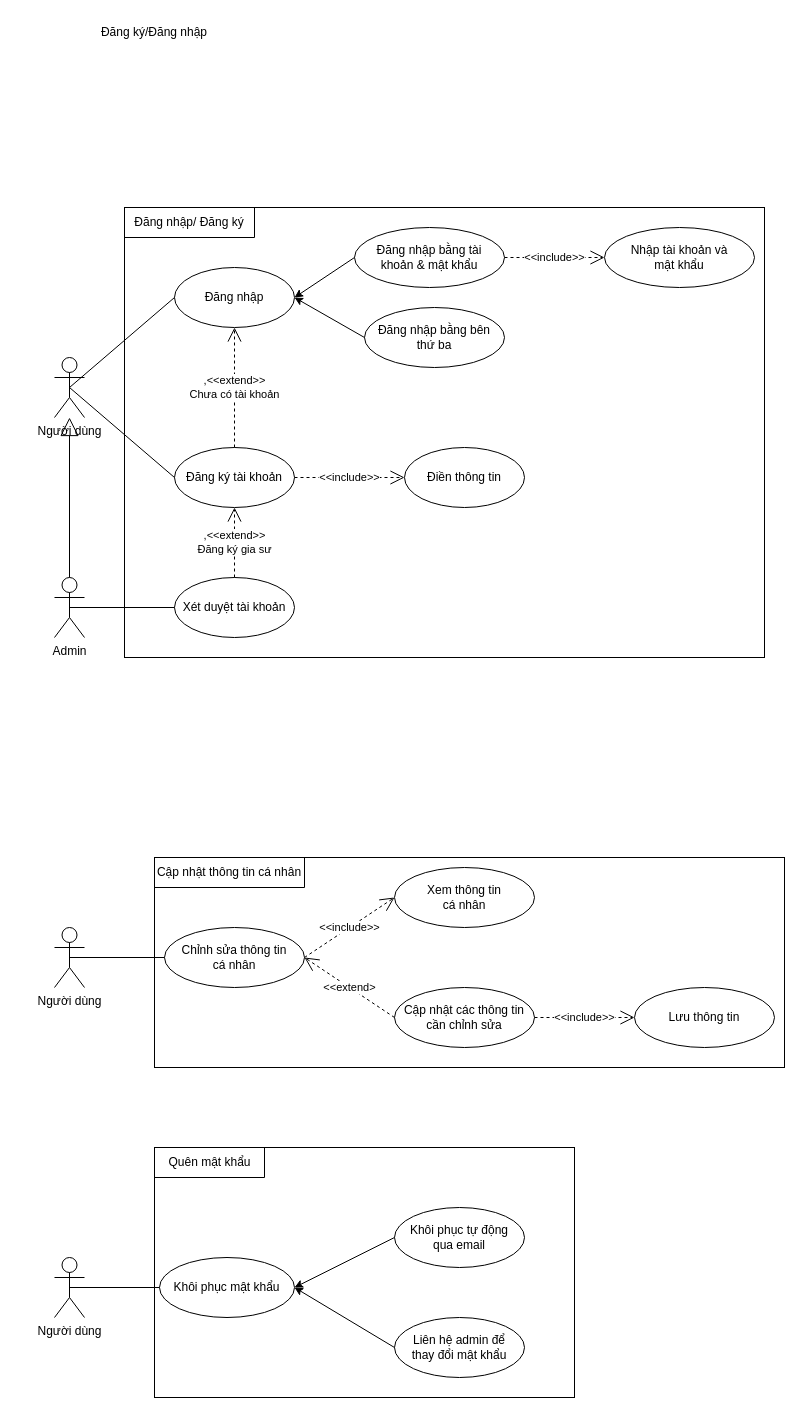
The draw.io diagram User_use_cases.drawio in ayafullcrit/menu, before the edit. Source tidied: cells renumbered, new cells numbered last; positions are measured from the earlier drawing's top-left corner, leaving out a move shared by most shapes. Both pictures are drawn from the tidied source at 100%, with x=0, y=0 at pixel (54, 17).
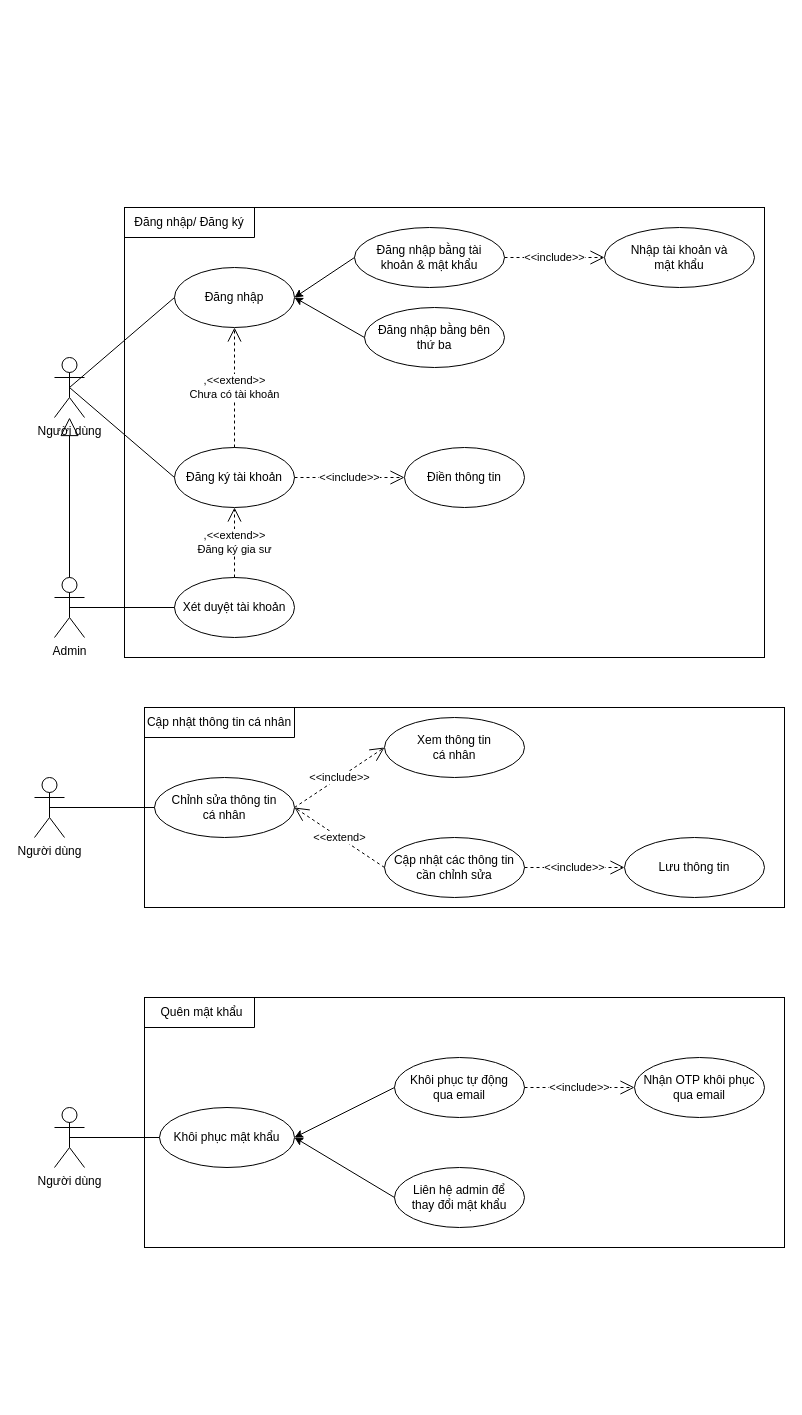
The same page after the edit.

What changed in the source:
```diff
@@
-    <mxCell id="7" value="Đăng ký/Đăng nhập" style="text;html=1;whiteSpace=wrap;strokeColor=none;fillColor=none;align=center;verticalAlign=middle;rounded=0;" parent="1" vertex="1">
-      <mxGeometry x="40" width="120" height="30" as="geometry" />
-    </mxCell>
@@
     <mxCell id="20" value="Người dùng" style="shape=umlActor;verticalLabelPosition=bottom;verticalAlign=top;html=1;outlineConnect=0;" parent="1" vertex="1">
-      <mxGeometry y="910" width="30" height="60" as="geometry" />
+      <mxGeometry x="-20" y="760" width="30" height="60" as="geometry" />
     </mxCell>
     <mxCell id="21" value="Chỉnh sửa thông tin&lt;br&gt;cá nhân" style="ellipse;whiteSpace=wrap;html=1;" parent="1" vertex="1">
-      <mxGeometry x="110" y="910" width="140" height="60" as="geometry" />
+      <mxGeometry x="100" y="760" width="140" height="60" as="geometry" />
     </mxCell>
@@
     <mxCell id="27" value="Xem thông tin &lt;br&gt;cá nhân" style="ellipse;whiteSpace=wrap;html=1;" parent="1" vertex="1">
-      <mxGeometry x="340" y="850" width="140" height="60" as="geometry" />
+      <mxGeometry x="330" y="700" width="140" height="60" as="geometry" />
     </mxCell>
@@
     <mxCell id="29" value="Cập nhật các thông tin&lt;br&gt;cần chỉnh sửa" style="ellipse;whiteSpace=wrap;html=1;" parent="1" vertex="1">
-      <mxGeometry x="340" y="970" width="140" height="60" as="geometry" />
+      <mxGeometry x="330" y="820" width="140" height="60" as="geometry" />
     </mxCell>
     <mxCell id="30" value="Lưu thông tin" style="ellipse;whiteSpace=wrap;html=1;" parent="1" vertex="1">
-      <mxGeometry x="580" y="970" width="140" height="60" as="geometry" />
+      <mxGeometry x="570" y="820" width="140" height="60" as="geometry" />
     </mxCell>
@@
-    <mxCell id="33" value="&amp;lt;&amp;lt;extend&amp;gt;" style="endArrow=open;endSize=12;dashed=1;html=1;rounded=0;exitX=0;exitY=0.5;exitDx=0;exitDy=0;" parent="1" edge="1" source="29">
-      <mxGeometry relative="1" as="geometry">
-        <mxPoint x="250" y="940" as="targetPoint" />
-      </mxGeometry>
+    <mxCell id="33" value="&amp;lt;&amp;lt;extend&amp;gt;" style="endArrow=open;endSize=12;dashed=1;html=1;rounded=0;exitX=0;exitY=0.5;exitDx=0;exitDy=0;entryX=1;entryY=0.5;entryDx=0;entryDy=0;" parent="1" edge="1" source="29" target="21">
+      <mxGeometry relative="1" as="geometry" />
     </mxCell>
     <mxCell id="34" style="rounded=0;whiteSpace=wrap;html=1;fillColor=none;" parent="1" vertex="1">
-      <mxGeometry x="100" y="840" width="630" height="210" as="geometry" />
+      <mxGeometry x="90" y="690" width="640" height="200" as="geometry" />
     </mxCell>
     <mxCell id="35" style="shape=partialRectangle;whiteSpace=wrap;html=1;top=0;left=0;fillColor=none;" parent="1" vertex="1">
-      <mxGeometry x="100" y="840" width="150" height="30" as="geometry" />
+      <mxGeometry x="90" y="690" width="150" height="30" as="geometry" />
     </mxCell>
     <mxCell id="36" value="Cập nhật thông tin cá nhân" style="text;html=1;whiteSpace=wrap;strokeColor=none;fillColor=none;align=center;verticalAlign=middle;rounded=0;" parent="1" vertex="1">
-      <mxGeometry x="95" y="840" width="160" height="30" as="geometry" />
+      <mxGeometry x="85" y="690" width="160" height="30" as="geometry" />
     </mxCell>
     <mxCell id="37" value="Người dùng" style="shape=umlActor;verticalLabelPosition=bottom;verticalAlign=top;html=1;outlineConnect=0;" parent="1" vertex="1">
-      <mxGeometry y="1240" width="30" height="60" as="geometry" />
+      <mxGeometry y="1090" width="30" height="60" as="geometry" />
     </mxCell>
     <mxCell id="38" value="Khôi phục mật khẩu" style="ellipse;whiteSpace=wrap;html=1;" parent="1" vertex="1">
-      <mxGeometry x="105" y="1240" width="135" height="60" as="geometry" />
+      <mxGeometry x="105" y="1090" width="135" height="60" as="geometry" />
     </mxCell>
     <mxCell id="39" value="Khôi phục tự động&lt;br&gt;qua email" style="ellipse;whiteSpace=wrap;html=1;" parent="1" vertex="1">
-      <mxGeometry x="340" y="1190" width="130" height="60" as="geometry" />
+      <mxGeometry x="340" y="1040" width="130" height="60" as="geometry" />
     </mxCell>
@@
     <mxCell id="42" value="Liên hệ admin để&lt;br&gt;thay đổi mật khẩu" style="ellipse;whiteSpace=wrap;html=1;" parent="1" vertex="1">
-      <mxGeometry x="340" y="1300" width="130" height="60" as="geometry" />
+      <mxGeometry x="340" y="1150" width="130" height="60" as="geometry" />
     </mxCell>
@@
     <mxCell id="44" style="rounded=0;whiteSpace=wrap;html=1;fillColor=none;" parent="1" vertex="1">
-      <mxGeometry x="100" y="1130" width="420" height="250" as="geometry" />
+      <mxGeometry x="90" y="980" width="640" height="250" as="geometry" />
     </mxCell>
     <mxCell id="45" style="shape=partialRectangle;whiteSpace=wrap;html=1;top=0;left=0;fillColor=none;" parent="1" vertex="1">
-      <mxGeometry x="100" y="1130" width="110" height="30" as="geometry" />
+      <mxGeometry x="90" y="980" width="110" height="30" as="geometry" />
     </mxCell>
     <mxCell id="46" value="Quên mật khẩu" style="text;html=1;whiteSpace=wrap;strokeColor=none;fillColor=none;align=center;verticalAlign=middle;rounded=0;" parent="1" vertex="1">
-      <mxGeometry x="107.5" y="1130" width="95" height="30" as="geometry" />
+      <mxGeometry x="100" y="980" width="95" height="30" as="geometry" />
     </mxCell>
+    <mxCell id="47" value="Nhận OTP khôi phục&lt;br&gt;qua email" style="ellipse;whiteSpace=wrap;html=1;" parent="1" vertex="1">
+      <mxGeometry x="580" y="1040" width="130" height="60" as="geometry" />
+    </mxCell>
+    <mxCell id="48" value="&amp;lt;&amp;lt;include&amp;gt;&amp;gt;" style="endArrow=open;endSize=12;dashed=1;html=1;rounded=0;entryX=0;entryY=0.5;entryDx=0;entryDy=0;exitX=1;exitY=0.5;exitDx=0;exitDy=0;" parent="1" edge="1" source="39" target="47">
+      <mxGeometry relative="1" as="geometry" />
+    </mxCell>
```
